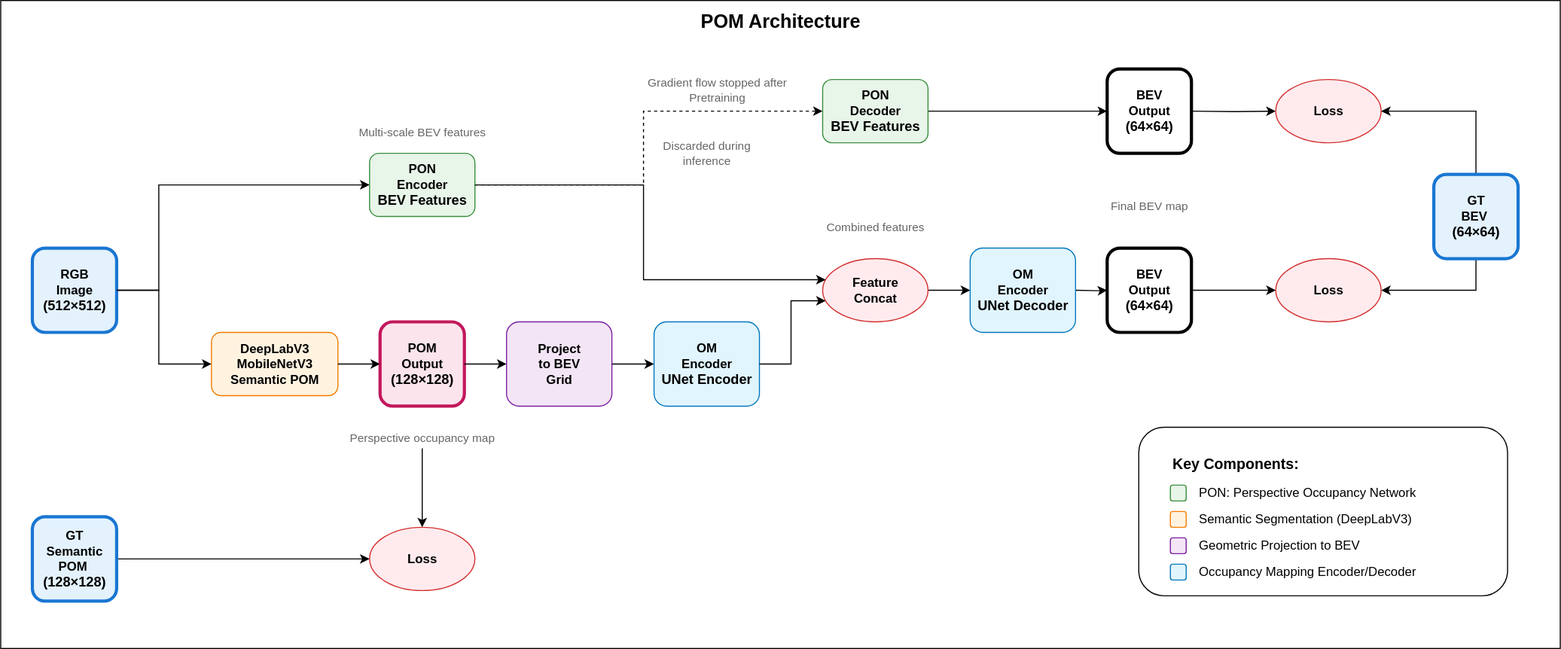
Earlier version of the draw.io export images/pom_architecture.svg (shantanusingh16/Perspective-Occupancy-Map). Source tidied: cells renumbered, new cells last; positions are measured from the earlier drawing's top-left corner, leaving out a move shared by most shapes.
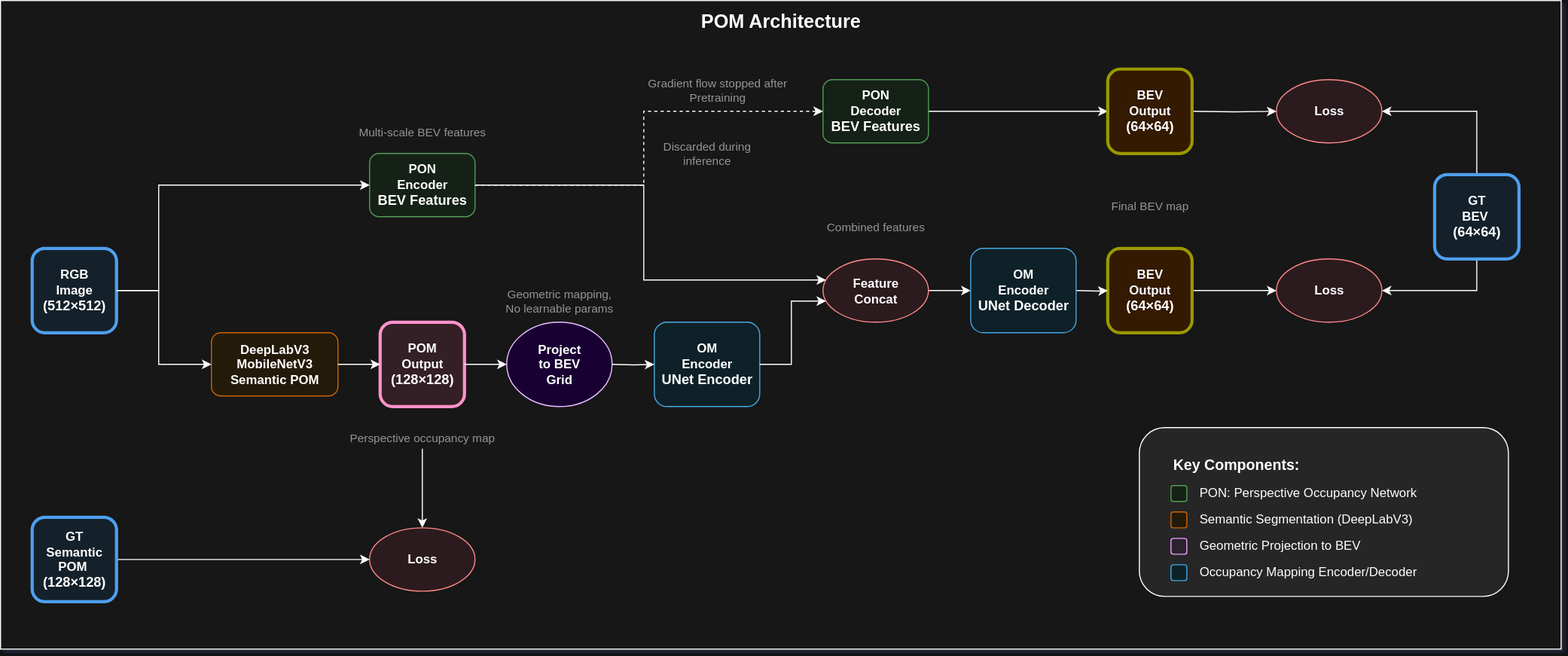
Later version of the same file.

Change to the diagram source:
```diff
@@ -2,13 +2,13 @@
   <root>
     <mxCell id="0" />
     <mxCell id="1" parent="0" />
-    <mxCell id="2" style="rounded=0;whiteSpace=wrap;html=1;" parent="1" vertex="1">
+    <mxCell id="2" style="rounded=0;whiteSpace=wrap;html=1;fillColor=light-dark(#FFFFFF,#171717);" parent="1" vertex="1">
       <mxGeometry width="1480" height="615" as="geometry" />
     </mxCell>
     <mxCell id="3" style="rounded=1;whiteSpace=wrap;html=1;fillColor=light-dark(#FFFFFF,#262626);" parent="1" vertex="1">
       <mxGeometry x="1080" y="405" width="350" height="160" as="geometry" />
     </mxCell>
-    <mxCell id="4" value="POM Architecture" style="text;html=1;strokeColor=none;fillColor=light-dark(#FFFFFF,#1F1F1F);align=center;verticalAlign=middle;whiteSpace=wrap;rounded=0;fontSize=18;fontStyle=1;" parent="1" vertex="1">
+    <mxCell id="4" value="POM Architecture" style="text;html=1;strokeColor=none;fillColor=none;align=center;verticalAlign=middle;whiteSpace=wrap;rounded=0;fontSize=18;fontStyle=1;" parent="1" vertex="1">
       <mxGeometry x="640" y="5" width="200" height="30" as="geometry" />
     </mxCell>
     <mxCell id="5" value="RGB&lt;br&gt;Image&lt;br&gt;&lt;font size=&quot;2&quot;&gt;(512×512)&lt;/font&gt;" style="rounded=1;whiteSpace=wrap;html=1;fillColor=#e3f2fd;strokeColor=#1976d2;fontStyle=1;strokeWidth=3;" parent="1" vertex="1">
@@ -31,9 +31,6 @@
     <mxCell id="9" value="POM&lt;br&gt;Output&lt;br&gt;&lt;font size=&quot;2&quot;&gt;(128×128)&lt;/font&gt;" style="rounded=1;whiteSpace=wrap;html=1;fillColor=#fce4ec;strokeColor=#c2185b;fontStyle=1;strokeWidth=3;" parent="1" vertex="1">
       <mxGeometry x="360" y="305" width="80" height="80" as="geometry" />
     </mxCell>
-    <mxCell id="10" value="Project&lt;br&gt;to BEV&lt;br&gt;Grid" style="rounded=1;whiteSpace=wrap;html=1;fillColor=#f3e5f5;strokeColor=#7b1fa2;fontStyle=1;" parent="1" vertex="1">
-      <mxGeometry x="480" y="305" width="100" height="80" as="geometry" />
-    </mxCell>
     <mxCell id="11" value="OM&lt;br&gt;Encoder&lt;br&gt;&lt;font size=&quot;2&quot;&gt;UNet Encoder&lt;/font&gt;" style="rounded=1;whiteSpace=wrap;html=1;fillColor=#e1f5fe;strokeColor=#0277bd;fontStyle=1;" parent="1" vertex="1">
       <mxGeometry x="620" y="305" width="100" height="80" as="geometry" />
     </mxCell>
@@ -68,11 +65,15 @@
     <mxCell id="18" style="edgeStyle=orthogonalEdgeStyle;rounded=0;jettySize=auto;html=1;endArrow=classic;endFill=1;" parent="1" edge="1" source="8" target="9">
       <mxGeometry relative="1" as="geometry" />
     </mxCell>
-    <mxCell id="19" style="edgeStyle=orthogonalEdgeStyle;rounded=0;jettySize=auto;html=1;endArrow=classic;endFill=1;" parent="1" edge="1" source="9" target="10">
-      <mxGeometry relative="1" as="geometry" />
+    <mxCell id="19" style="edgeStyle=orthogonalEdgeStyle;rounded=0;jettySize=auto;html=1;endArrow=classic;endFill=1;" parent="1" edge="1" source="9">
+      <mxGeometry relative="1" as="geometry">
+        <mxPoint x="480" y="345" as="targetPoint" />
+      </mxGeometry>
     </mxCell>
-    <mxCell id="20" style="edgeStyle=orthogonalEdgeStyle;rounded=0;jettySize=auto;html=1;endArrow=classic;endFill=1;" parent="1" edge="1" source="10" target="11">
-      <mxGeometry relative="1" as="geometry" />
+    <mxCell id="20" style="edgeStyle=orthogonalEdgeStyle;rounded=0;jettySize=auto;html=1;endArrow=classic;endFill=1;" parent="1" edge="1" target="11">
+      <mxGeometry relative="1" as="geometry">
+        <mxPoint x="580" y="345" as="sourcePoint" />
+      </mxGeometry>
     </mxCell>
     <mxCell id="21" style="edgeStyle=orthogonalEdgeStyle;rounded=0;jettySize=auto;html=1;endArrow=classic;endFill=1;" parent="1" edge="1" source="7" target="13">
       <mxGeometry relative="1" as="geometry">
@@ -194,5 +195,11 @@
     <mxCell id="52" value="BEV&lt;br&gt;Output&lt;br&gt;&lt;font size=&quot;2&quot;&gt;(64×64)&lt;/font&gt;" style="rounded=1;whiteSpace=wrap;html=1;fontStyle=1;gradientColor=none;fillColor=light-dark(#FFFFFF,#331A00);strokeColor=light-dark(#000000,#999900);strokeWidth=3;" parent="1" vertex="1">
       <mxGeometry x="1050" y="65" width="80" height="80" as="geometry" />
     </mxCell>
+    <mxCell id="10" value="&lt;span style=&quot;font-weight: 700;&quot;&gt;Project&lt;/span&gt;&lt;br style=&quot;font-weight: 700;&quot;&gt;&lt;span style=&quot;font-weight: 700;&quot;&gt;to BEV&lt;/span&gt;&lt;br style=&quot;font-weight: 700;&quot;&gt;&lt;span style=&quot;font-weight: 700;&quot;&gt;Grid&lt;/span&gt;" style="ellipse;whiteSpace=wrap;html=1;fillColor=light-dark(#6A00FF,#190033);fontColor=light-dark(#FFFFFF,#FFFFFF);strokeColor=#3700CC;" parent="1" vertex="1">
+      <mxGeometry x="480" y="305" width="100" height="80" as="geometry" />
+    </mxCell>
+    <mxCell id="53" value="Geometric mapping, &lt;br&gt;No learnable params" style="text;html=1;strokeColor=none;fillColor=none;align=center;verticalAlign=middle;whiteSpace=wrap;rounded=0;fontSize=11;fontColor=#666666;" parent="1" vertex="1">
+      <mxGeometry x="470" y="275" width="120" height="20" as="geometry" />
+    </mxCell>
   </root>
 </mxGraphModel>
```
